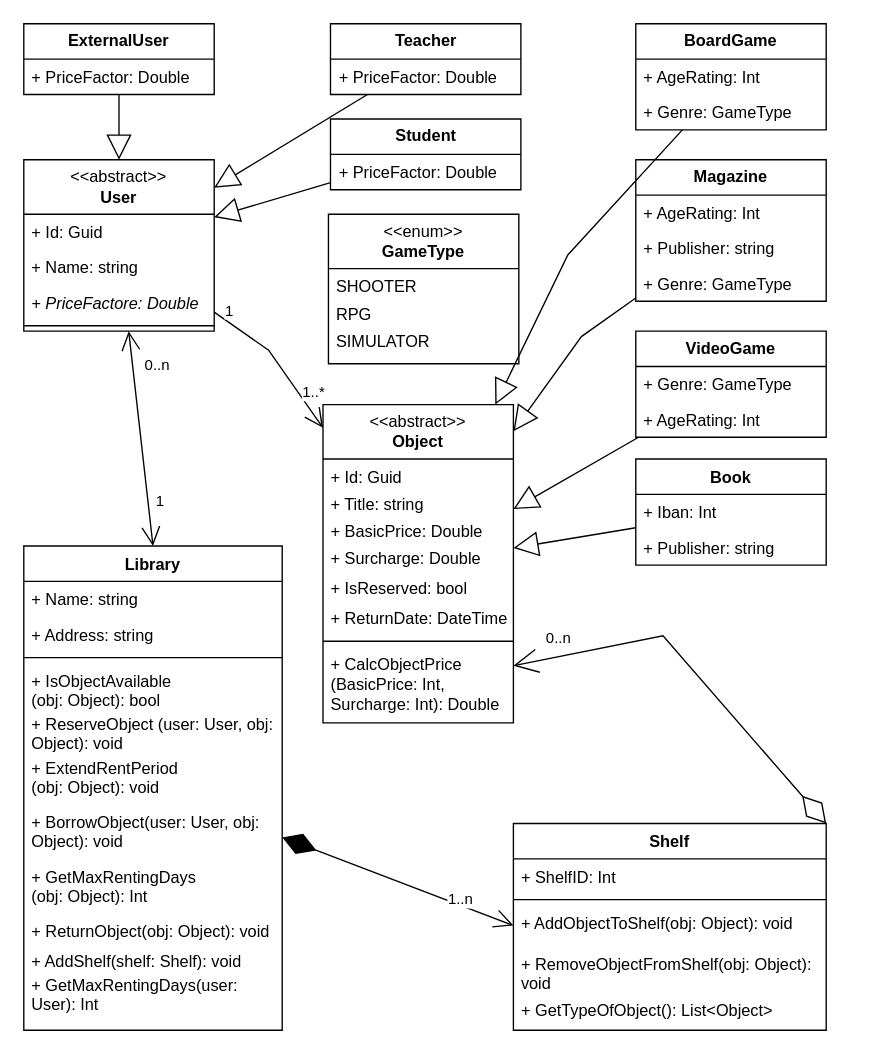
Before: work/IntroCs/ConsoleApp3.2/Diagramm3.2.drawio in mykhaylo-zhovkevych/CS_CORE, a draw.io diagram. Source tidied: cells renumbered, new cells numbered last; positions are measured from the earlier drawing's top-left corner, leaving out a move shared by most shapes. Both pictures are drawn from the tidied source at 136%, with x=0, y=0 at pixel (23, 23).
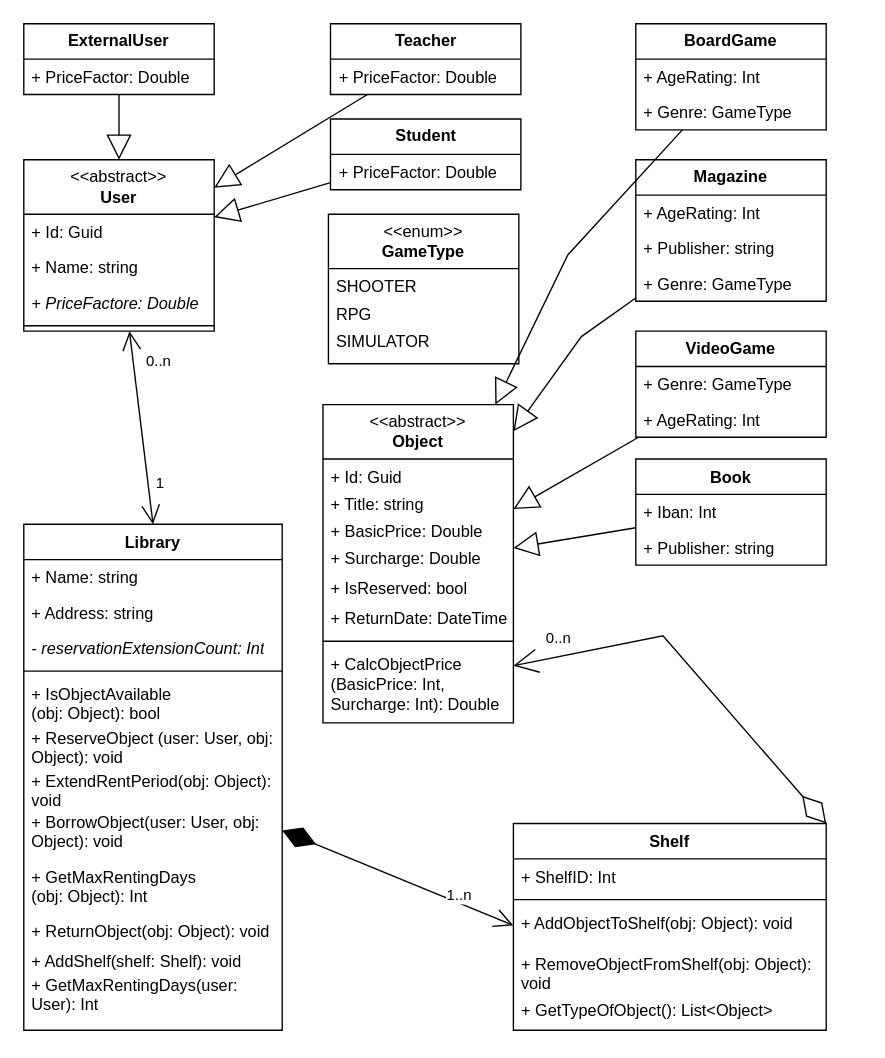
The same diagram, later.

Unchanged cells that the change refers to:
```xml
<mxCell id="30" value="&amp;lt;&amp;lt;abstract&amp;gt;&lt;span style=&quot;background-color: initial;&quot;&gt;&amp;gt;&lt;/span&gt;&lt;div&gt;&lt;span style=&quot;background-color: initial;&quot;&gt;&lt;b&gt;User&lt;/b&gt;&lt;/span&gt;&lt;/div&gt;" style="swimlane;fontStyle=0;horizontal=1;startSize=40;fillColor=none;whiteSpace=wrap;html=1;" parent="1" vertex="1">
  <mxGeometry y="100" width="140" height="126" as="geometry" />
</mxCell>
<mxCell id="54" value="&amp;lt;&amp;lt;abstract&amp;gt;&amp;gt;&lt;div&gt;&lt;b&gt;Object&lt;/b&gt;&lt;/div&gt;" style="swimlane;fontStyle=0;horizontal=1;startSize=40;fillColor=none;whiteSpace=wrap;html=1;" parent="1" vertex="1">
  <mxGeometry x="220" y="280" width="140" height="234" as="geometry" />
</mxCell>
```

Diff of the diagram source:
```diff
@@
     <mxCell id="2" value="Library" style="swimlane;fontStyle=1;align=center;verticalAlign=top;horizontal=1;startSize=26;whiteSpace=wrap;html=1;" parent="1" vertex="1">
-      <mxGeometry y="384" width="190" height="356" as="geometry" />
+      <mxGeometry y="368" width="190" height="372" as="geometry" />
     </mxCell>
@@
+    <mxCell id="74" value="&lt;i&gt;-&amp;nbsp;reservationExtensionCount: Int&lt;/i&gt;" style="text;strokeColor=none;fillColor=none;align=left;verticalAlign=top;spacingLeft=4;spacingRight=4;overflow=hidden;whiteSpace=wrap;html=1;" parent="2" vertex="1">
+      <mxGeometry y="78" width="190" height="26" as="geometry" />
+    </mxCell>
     <mxCell id="5" style="line;strokeWidth=1;fillColor=none;align=left;verticalAlign=middle;spacingTop=-1;spacingLeft=3;spacingRight=3;labelPosition=right;strokeColor=inherit;" parent="2" vertex="1">
-      <mxGeometry y="78" width="190" height="8" as="geometry" />
+      <mxGeometry y="104" width="190" height="8" as="geometry" />
     </mxCell>
     <mxCell id="6" value="+ IsObjectAvailable&lt;div&gt;(obj: Object): bool&lt;/div&gt;" style="text;strokeColor=none;fillColor=none;align=left;verticalAlign=top;spacingLeft=4;spacingRight=4;overflow=hidden;whiteSpace=wrap;html=1;" parent="2" vertex="1">
-      <mxGeometry y="86" width="190" height="32" as="geometry" />
+      <mxGeometry y="112" width="190" height="32" as="geometry" />
     </mxCell>
     <mxCell id="7" value="+ ReserveObject&amp;nbsp;&lt;span style=&quot;background-color: initial;&quot;&gt;(user: User, obj: Object): void&lt;/span&gt;" style="text;strokeColor=none;fillColor=none;align=left;verticalAlign=top;spacingLeft=4;spacingRight=4;overflow=hidden;whiteSpace=wrap;html=1;" parent="2" vertex="1">
-      <mxGeometry y="118" width="190" height="32" as="geometry" />
+      <mxGeometry y="144" width="190" height="32" as="geometry" />
     </mxCell>
-    <mxCell id="8" value="+ ExtendRentPeriod&lt;div&gt;(obj: Object): void&lt;/div&gt;" style="text;strokeColor=none;fillColor=none;align=left;verticalAlign=top;spacingLeft=4;spacingRight=4;overflow=hidden;whiteSpace=wrap;html=1;" parent="2" vertex="1">
-      <mxGeometry y="150" width="190" height="40" as="geometry" />
+    <mxCell id="8" value="+ ExtendRentPeriod&lt;span style=&quot;background-color: initial;&quot;&gt;(obj: Object): void&lt;/span&gt;" style="text;strokeColor=none;fillColor=none;align=left;verticalAlign=top;spacingLeft=4;spacingRight=4;overflow=hidden;whiteSpace=wrap;html=1;" parent="2" vertex="1">
+      <mxGeometry y="176" width="190" height="30" as="geometry" />
     </mxCell>
     <mxCell id="9" value="+ BorrowObject(user: User, obj: Object): void" style="text;strokeColor=none;fillColor=none;align=left;verticalAlign=top;spacingLeft=4;spacingRight=4;overflow=hidden;whiteSpace=wrap;html=1;" parent="2" vertex="1">
-      <mxGeometry y="190" width="190" height="40" as="geometry" />
+      <mxGeometry y="206" width="190" height="40" as="geometry" />
     </mxCell>
     <mxCell id="10" value="+ GetMaxRentingDays&lt;div&gt;(obj: Object): Int&lt;/div&gt;" style="text;strokeColor=none;fillColor=none;align=left;verticalAlign=top;spacingLeft=4;spacingRight=4;overflow=hidden;whiteSpace=wrap;html=1;" parent="2" vertex="1">
-      <mxGeometry y="230" width="190" height="40" as="geometry" />
+      <mxGeometry y="246" width="190" height="40" as="geometry" />
     </mxCell>
     <mxCell id="11" value="+ ReturnObject(obj: Object): void" style="text;strokeColor=none;fillColor=none;align=left;verticalAlign=top;spacingLeft=4;spacingRight=4;overflow=hidden;whiteSpace=wrap;html=1;" parent="2" vertex="1">
-      <mxGeometry y="270" width="190" height="22" as="geometry" />
+      <mxGeometry y="286" width="190" height="22" as="geometry" />
     </mxCell>
     <mxCell id="12" value="+ AddShelf(shelf: Shelf): void" style="text;strokeColor=none;fillColor=none;align=left;verticalAlign=top;spacingLeft=4;spacingRight=4;overflow=hidden;whiteSpace=wrap;html=1;" parent="2" vertex="1">
-      <mxGeometry y="292" width="190" height="18" as="geometry" />
+      <mxGeometry y="308" width="190" height="18" as="geometry" />
     </mxCell>
     <mxCell id="13" value="+ GetMaxRentingDays(user: User): Int" style="text;strokeColor=none;fillColor=none;align=left;verticalAlign=top;spacingLeft=4;spacingRight=4;overflow=hidden;whiteSpace=wrap;html=1;" parent="2" vertex="1">
-      <mxGeometry y="310" width="190" height="46" as="geometry" />
+      <mxGeometry y="326" width="190" height="46" as="geometry" />
     </mxCell>
@@
-    <mxCell id="67" style="endArrow=open;endFill=1;endSize=12;html=1;rounded=0;" parent="1" edge="1" source="30" target="54">
-      <mxGeometry relative="1" as="geometry">
-        <Array as="points">
-          <mxPoint x="180" y="240" />
-        </Array>
-      </mxGeometry>
-    </mxCell>
-    <mxCell id="68" value="1" style="edgeLabel;html=1;align=center;verticalAlign=middle;" parent="67" vertex="1">
-      <mxGeometry x="-0.82" y="2" relative="1" as="geometry">
-        <mxPoint y="-6" as="offset" />
-      </mxGeometry>
-    </mxCell>
-    <mxCell id="69" value="1..*" style="edgeLabel;html=1;align=center;verticalAlign=middle;" parent="67" vertex="1">
-      <mxGeometry x="0.68" relative="1" as="geometry">
-        <mxPoint x="3" y="-11" as="offset" />
-      </mxGeometry>
-    </mxCell>
```
